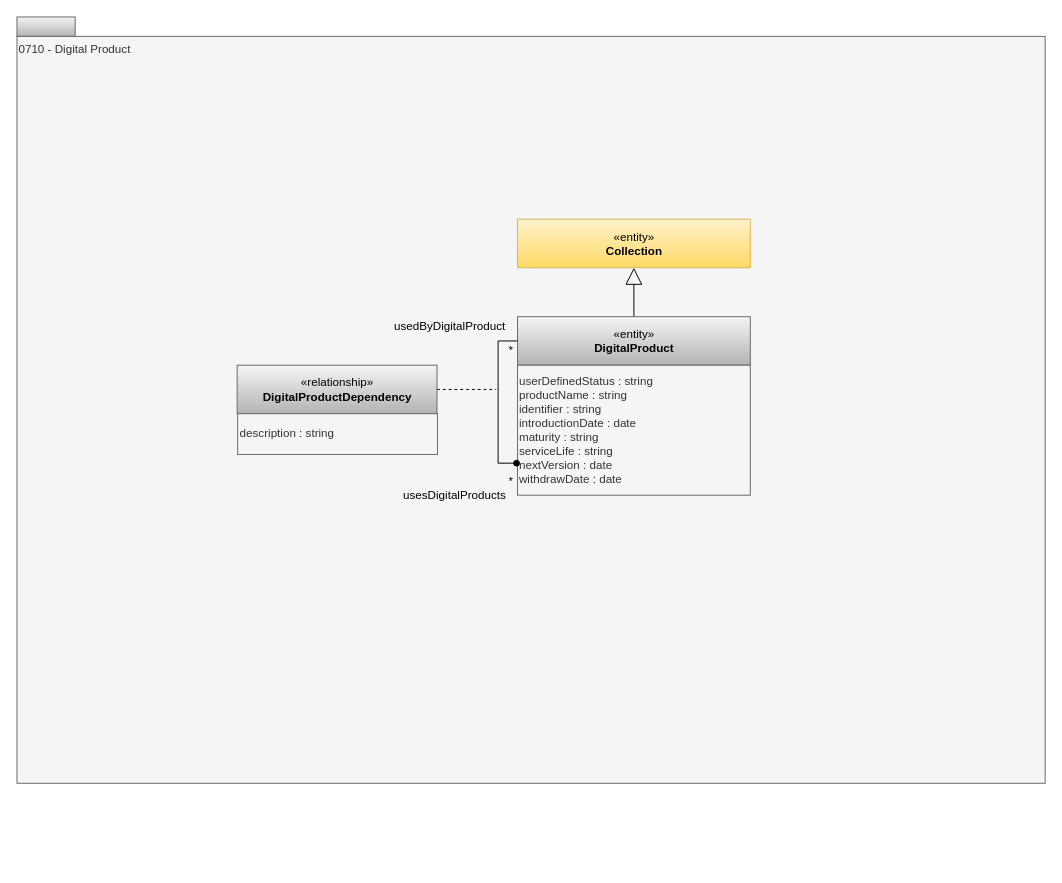
This is page "0710-Digital-Products" (2 of 17) of site/docs/types/7/area-7-lineage.drawio from odpi/egeria-docs, a draw.io file, before an edit. Source tidied: cells renumbered, new cells numbered last; positions are measured from the earlier drawing's top-left corner, leaving out a move shared by most shapes. Both pictures are drawn from the tidied source at 97%, with x=0, y=0 at pixel (16, 16).
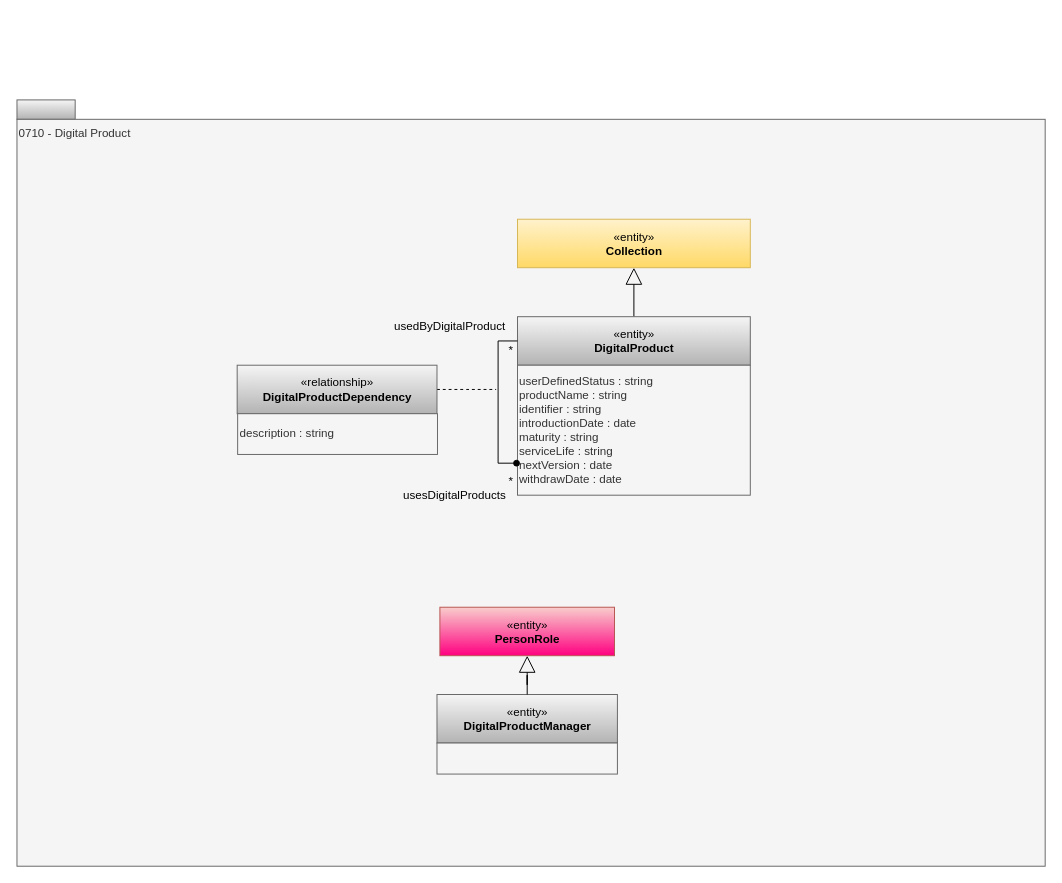
The same page after the edit.

What changed in the source:
```diff
@@
     <mxCell id="2" style="rounded=0;whiteSpace=wrap;html=1;align=left;fillColor=#f5f5f5;strokeColor=#666666;gradientColor=#b3b3b3;" parent="1" vertex="1">
-      <mxGeometry width="60" height="20" as="geometry" />
+      <mxGeometry y="85.5" width="60" height="20" as="geometry" />
     </mxCell>
     <mxCell id="3" value="0710 - Digital Product" style="rounded=0;whiteSpace=wrap;html=1;align=left;verticalAlign=top;fillColor=#f5f5f5;fontColor=#333333;strokeColor=#666666;" parent="1" vertex="1">
-      <mxGeometry y="20" width="1060" height="770" as="geometry" />
+      <mxGeometry y="105.5" width="1060" height="770" as="geometry" />
     </mxCell>
@@
+    <mxCell id="16" value="«entity»&lt;br&gt;&lt;b&gt;DigitalProductManager&lt;/b&gt;" style="html=1;strokeColor=#666666;align=center;fillColor=#f5f5f5;gradientColor=#b3b3b3;" parent="1" vertex="1">
+      <mxGeometry x="433" y="698.5" width="186" height="50" as="geometry" />
+    </mxCell>
+    <mxCell id="17" style="rounded=0;whiteSpace=wrap;html=1;strokeColor=#666666;align=left;fillColor=#f5f5f5;fontColor=#333333;" parent="1" vertex="1">
+      <mxGeometry x="433" y="748.5" width="186" height="32" as="geometry" />
+    </mxCell>
+    <mxCell id="18" style="edgeStyle=orthogonalEdgeStyle;rounded=0;jettySize=auto;html=1;exitX=0.5;exitY=0;exitDx=0;exitDy=0;endArrow=block;endFill=0;startSize=6;endSize=15;" parent="1" edge="1" source="16" target="19">
+      <mxGeometry relative="1" as="geometry" />
+    </mxCell>
+    <mxCell id="19" value="«entity»&lt;br&gt;&lt;b&gt;PersonRole&lt;/b&gt;" style="html=1;strokeColor=#b85450;align=center;fillColor=#f8cecc;gradientColor=#FF0080;" parent="1" vertex="1">
+      <mxGeometry x="436" y="608.5" width="180" height="50" as="geometry" />
+    </mxCell>
```
